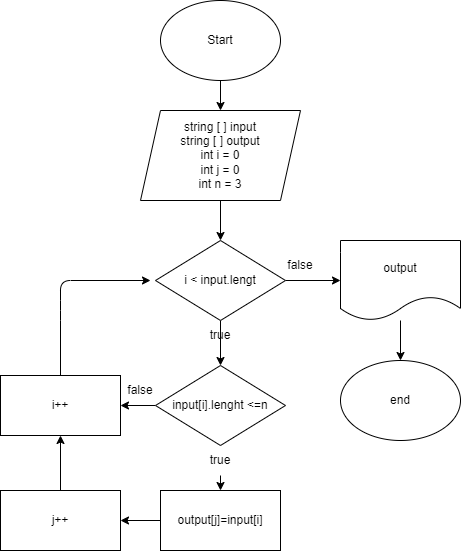
This is finalwork.drawio.png from sultanbekovrf/GeekBrainsFinalWorkBlock1, a draw.io export, as it was before one commit. Source tidied: cells renumbered, new cells last; positions are measured from the earlier drawing's top-left corner, leaving out a move shared by most shapes. Its diagram source:
```xml
<mxGraphModel>
  <root>
    <mxCell id="0" />
    <mxCell id="1" parent="0" />
    <mxCell id="2" style="edgeStyle=none;html=1;" parent="1" edge="1" source="3" target="5">
      <mxGeometry relative="1" as="geometry" />
    </mxCell>
    <mxCell id="3" value="Start" style="ellipse;whiteSpace=wrap;html=1;" parent="1" vertex="1">
      <mxGeometry x="160" width="120" height="80" as="geometry" />
    </mxCell>
    <mxCell id="4" style="edgeStyle=none;html=1;" parent="1" edge="1" source="5" target="8">
      <mxGeometry relative="1" as="geometry" />
    </mxCell>
    <mxCell id="5" value="string [ ] input&lt;br&gt;string [ ] output&lt;br&gt;int i = 0&lt;br&gt;int j = 0&lt;br&gt;int n = 3" style="shape=parallelogram;perimeter=parallelogramPerimeter;whiteSpace=wrap;html=1;fixedSize=1;" parent="1" vertex="1">
      <mxGeometry x="140" y="110" width="160" height="90" as="geometry" />
    </mxCell>
    <mxCell id="6" style="edgeStyle=none;html=1;" parent="1" edge="1" source="8" target="11">
      <mxGeometry relative="1" as="geometry" />
    </mxCell>
    <mxCell id="7" style="edgeStyle=none;html=1;" parent="1" edge="1" source="8" target="18">
      <mxGeometry relative="1" as="geometry" />
    </mxCell>
    <mxCell id="8" value="i &amp;lt; input.lengt" style="rhombus;whiteSpace=wrap;html=1;" parent="1" vertex="1">
      <mxGeometry x="155" y="240" width="130" height="80" as="geometry" />
    </mxCell>
    <mxCell id="9" style="edgeStyle=none;html=1;startArrow=none;" parent="1" edge="1" source="16" target="14">
      <mxGeometry relative="1" as="geometry" />
    </mxCell>
    <mxCell id="10" style="edgeStyle=none;html=1;" parent="1" edge="1" source="11" target="24">
      <mxGeometry relative="1" as="geometry" />
    </mxCell>
    <mxCell id="11" value="input[i].lenght &amp;lt;=n" style="rhombus;whiteSpace=wrap;html=1;" parent="1" vertex="1">
      <mxGeometry x="155" y="365" width="130" height="80" as="geometry" />
    </mxCell>
    <mxCell id="12" value="true" style="text;html=1;strokeColor=none;fillColor=none;align=center;verticalAlign=middle;whiteSpace=wrap;rounded=0;" parent="1" vertex="1">
      <mxGeometry x="190" y="320" width="60" height="30" as="geometry" />
    </mxCell>
    <mxCell id="13" style="edgeStyle=none;html=1;" parent="1" edge="1" source="14" target="22">
      <mxGeometry relative="1" as="geometry" />
    </mxCell>
    <mxCell id="14" value="output[j]=input[i]" style="rounded=0;whiteSpace=wrap;html=1;" parent="1" vertex="1">
      <mxGeometry x="160" y="490" width="120" height="60" as="geometry" />
    </mxCell>
    <mxCell id="15" style="edgeStyle=none;html=1;endArrow=none;" parent="1" edge="1" source="11" target="16">
      <mxGeometry relative="1" as="geometry" />
    </mxCell>
    <mxCell id="16" value="true" style="text;html=1;strokeColor=none;fillColor=none;align=center;verticalAlign=middle;whiteSpace=wrap;rounded=0;" parent="1" vertex="1">
      <mxGeometry x="190" y="445" width="60" height="30" as="geometry" />
    </mxCell>
    <mxCell id="17" style="edgeStyle=none;html=1;" parent="1" edge="1" source="18" target="20">
      <mxGeometry relative="1" as="geometry" />
    </mxCell>
    <mxCell id="18" value="output" style="shape=document;whiteSpace=wrap;html=1;boundedLbl=1;" parent="1" vertex="1">
      <mxGeometry x="340" y="240" width="120" height="80" as="geometry" />
    </mxCell>
    <mxCell id="19" value="false" style="text;html=1;strokeColor=none;fillColor=none;align=center;verticalAlign=middle;whiteSpace=wrap;rounded=0;" parent="1" vertex="1">
      <mxGeometry x="270" y="250" width="60" height="30" as="geometry" />
    </mxCell>
    <mxCell id="20" value="end" style="ellipse;whiteSpace=wrap;html=1;" parent="1" vertex="1">
      <mxGeometry x="340" y="360" width="120" height="80" as="geometry" />
    </mxCell>
    <mxCell id="21" style="edgeStyle=none;html=1;" parent="1" edge="1" source="22" target="24">
      <mxGeometry relative="1" as="geometry" />
    </mxCell>
    <mxCell id="22" value="j++" style="rounded=0;whiteSpace=wrap;html=1;" parent="1" vertex="1">
      <mxGeometry y="490" width="120" height="60" as="geometry" />
    </mxCell>
    <mxCell id="23" style="edgeStyle=none;html=1;" parent="1" edge="1" source="24">
      <mxGeometry relative="1" as="geometry">
        <mxPoint x="150" y="280" as="targetPoint" />
        <Array as="points">
          <mxPoint x="60" y="310" />
          <mxPoint x="60" y="280" />
        </Array>
      </mxGeometry>
    </mxCell>
    <mxCell id="24" value="i++" style="rounded=0;whiteSpace=wrap;html=1;" parent="1" vertex="1">
      <mxGeometry y="375" width="120" height="60" as="geometry" />
    </mxCell>
    <mxCell id="25" value="false" style="text;html=1;strokeColor=none;fillColor=none;align=center;verticalAlign=middle;whiteSpace=wrap;rounded=0;" parent="1" vertex="1">
      <mxGeometry x="110" y="375" width="60" height="30" as="geometry" />
    </mxCell>
  </root>
</mxGraphModel>
```
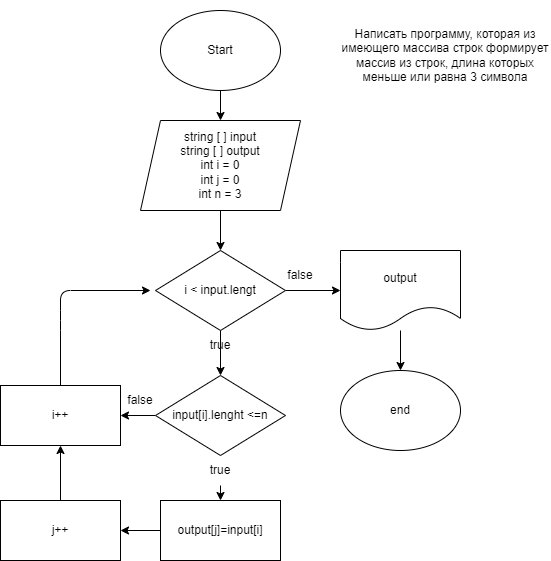
Above is the later version.

Commit message:
Подготовлена блок-схема

The edit, as a diff of the source:
```diff
@@ -80,5 +80,8 @@
     <mxCell id="25" value="false" style="text;html=1;strokeColor=none;fillColor=none;align=center;verticalAlign=middle;whiteSpace=wrap;rounded=0;" parent="1" vertex="1">
       <mxGeometry x="110" y="375" width="60" height="30" as="geometry" />
     </mxCell>
+    <mxCell id="26" value="Написать программу, которая из имеющего массива строк формирует массив из строк, длина которых меньше или равна 3 символа" style="text;html=1;strokeColor=none;fillColor=none;align=center;verticalAlign=middle;whiteSpace=wrap;rounded=0;" parent="1" vertex="1">
+      <mxGeometry x="340" y="-10" width="210" height="110" as="geometry" />
+    </mxCell>
   </root>
 </mxGraphModel>
```
